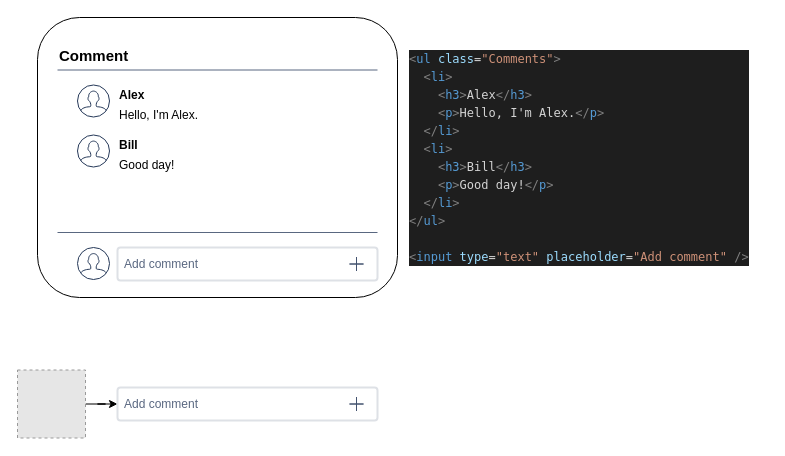
This is Tricks/innerHTMl & XSS.drawio from jeesewu/Diagrams-Storage, a draw.io file, before an edit. Source tidied: cells renumbered, new cells numbered last; positions are measured from the earlier drawing's top-left corner, leaving out a move shared by most shapes. Both pictures are drawn from the tidied source at 100%, with x=0, y=0 at pixel (17, 17). Pictures stored in the file or linked from it are replaced by grey dashed boxes.
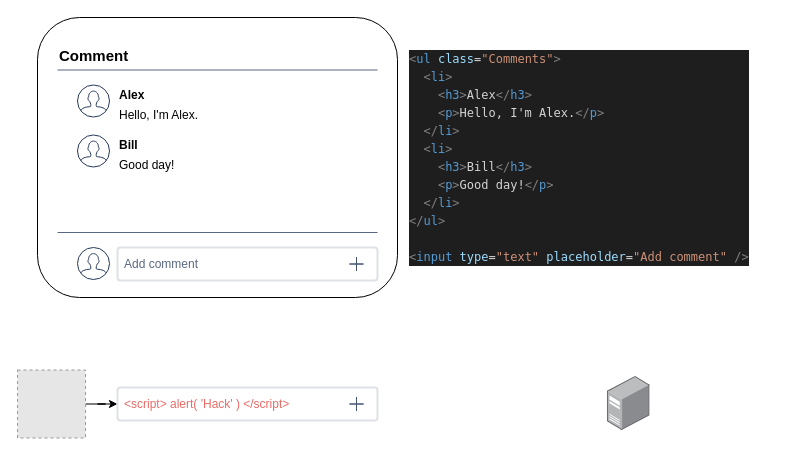
The same diagram, later.

The edit, as a diff of the source:
```diff
@@
-    <mxCell id="19" value="Add comment" style="rounded=1;arcSize=9;fillColor=#ffffff;align=left;spacingLeft=5;strokeColor=#DEE1E6;html=1;strokeWidth=2;fontColor=#596780;fontSize=12;" parent="1" vertex="1">
+    <mxCell id="19" value="&lt;font color=&quot;#ea6b66&quot;&gt;&amp;lt;script&amp;gt; alert( 'Hack' ) &amp;lt;/script&amp;gt;&lt;/font&gt;" style="rounded=1;arcSize=9;fillColor=#ffffff;align=left;spacingLeft=5;strokeColor=#DEE1E6;html=1;strokeWidth=2;fontColor=#596780;fontSize=12;" parent="1" vertex="1">
       <mxGeometry x="100" y="370" width="260" height="33" as="geometry" />
     </mxCell>
@@
+    <mxCell id="21" style="html=1;align=center;shadow=0;dashed=0;image;image=img/lib/allied_telesis/computer_and_terminals/Server_Desktop.svg;rounded=0;glass=0;sketch=0;fontSize=14;strokeColor=#000000;" parent="1" vertex="1">
+      <mxGeometry x="590" y="359" width="42.6" height="54" as="geometry" />
+    </mxCell>
```
